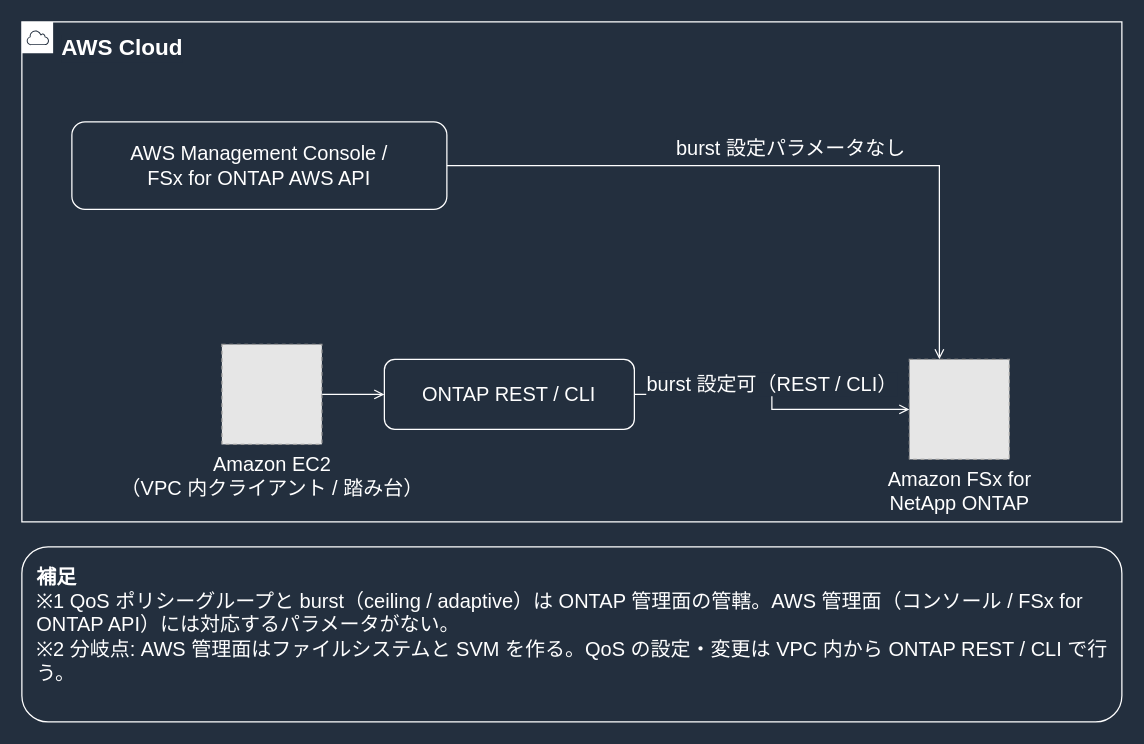
Before: docs/_assets/diagrams/qos-burst-two-plane-dark.drawio in Yoshiki0705/FSx-for-ONTAP-Adoption-Playbook, a draw.io diagram. Source tidied: cells renumbered, new cells numbered last; positions are measured from the earlier drawing's top-left corner, leaving out a move shared by most shapes. Both pictures are drawn from the tidied source at 125%, with x=0, y=0 at pixel (21, 21). Pictures stored in the file or linked from it are replaced by grey dashed boxes.
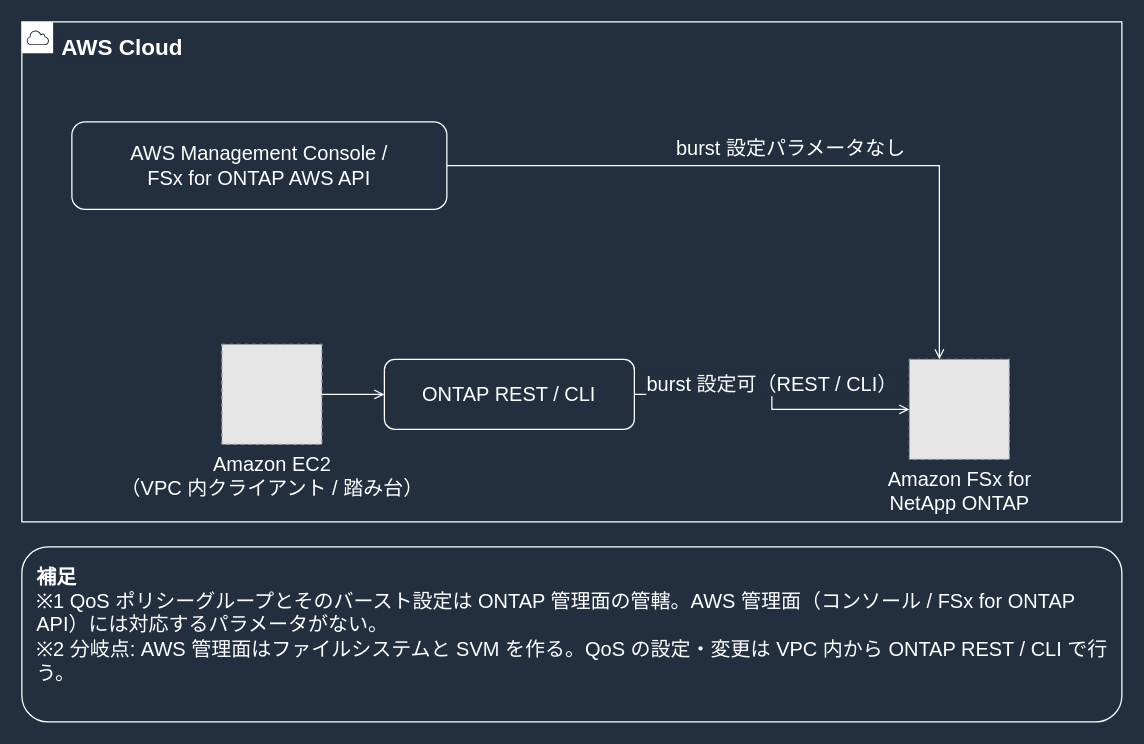
The same diagram, later.

What changed in the source:
```diff
@@
 <mxGraphModel background="#232F3E">
   <root>
     <mxCell id="0" />
     <mxCell id="1" parent="0" />
     <mxCell id="2" value="burst 設定パラメータなし" style="edgeStyle=orthogonalEdgeStyle;rounded=0;html=1;endArrow=open;endFill=0;strokeColor=#FFFFFF;strokeWidth=1;fontSize=16;fontColor=#FFFFFF;labelBackgroundColor=#232F3E;exitX=1.0;exitY=0.5;exitDx=0;exitDy=0;entryX=0.3;entryY=0.0;entryDx=0;entryDy=0;" parent="1" edge="1" source="6" target="9">
       <mxGeometry relative="1" as="geometry">
         <mxPoint y="-14" as="offset" />
       </mxGeometry>
     </mxCell>
     <mxCell id="3" style="edgeStyle=orthogonalEdgeStyle;rounded=0;html=1;endArrow=open;endFill=0;strokeColor=#FFFFFF;strokeWidth=1;fontSize=16;fontColor=#FFFFFF;labelBackgroundColor=#232F3E;exitX=1.0;exitY=0.5;exitDx=0;exitDy=0;entryX=0.0;entryY=0.5;entryDx=0;entryDy=0;" parent="1" edge="1" source="10" target="7">
       <mxGeometry relative="1" as="geometry" />
     </mxCell>
     <mxCell id="4" value="burst 設定可（REST / CLI）" style="edgeStyle=orthogonalEdgeStyle;rounded=0;html=1;endArrow=open;endFill=0;strokeColor=#FFFFFF;strokeWidth=1;fontSize=16;fontColor=#FFFFFF;labelBackgroundColor=#232F3E;exitX=1.0;exitY=0.5;exitDx=0;exitDy=0;entryX=0.0;entryY=0.5;entryDx=0;entryDy=0;" parent="1" edge="1" source="7" target="9">
       <mxGeometry relative="1" as="geometry">
         <mxPoint y="-14" as="offset" />
       </mxGeometry>
     </mxCell>
     <mxCell id="5" value="AWS Cloud" style="gradientColor=none;html=1;whiteSpace=wrap;fontSize=18;fontStyle=1;fontColor=#FFFFFF;shape=mxgraph.aws4.group;grIcon=mxgraph.aws4.group_aws_cloud;strokeColor=#FFFFFF;fillColor=none;verticalAlign=top;align=left;spacingLeft=30;spacingTop=4;dashed=0;labelBackgroundColor=#232F3E;" parent="1" vertex="1">
       <mxGeometry width="880" height="400" as="geometry" />
     </mxCell>
     <mxCell id="6" value="AWS Management Console /&lt;br&gt;FSx for ONTAP AWS API" style="rounded=1;whiteSpace=wrap;html=1;strokeColor=#FFFFFF;fillColor=none;fontColor=#FFFFFF;fontSize=16;verticalAlign=middle;align=center;" parent="1" vertex="1">
       <mxGeometry x="40" y="80" width="300" height="70" as="geometry" />
     </mxCell>
     <mxCell id="7" value="ONTAP REST / CLI" style="rounded=1;whiteSpace=wrap;html=1;strokeColor=#FFFFFF;fillColor=none;fontColor=#FFFFFF;fontSize=16;verticalAlign=middle;align=center;" parent="1" vertex="1">
       <mxGeometry x="290" y="270" width="200" height="56" as="geometry" />
     </mxCell>
-    <mxCell id="8" value="&lt;b&gt;補足&lt;/b&gt;&lt;br&gt;※1 QoS ポリシーグループと burst（ceiling / adaptive）は ONTAP 管理面の管轄。AWS 管理面（コンソール / FSx for ONTAP API）には対応するパラメータがない。&lt;br&gt;※2 分岐点: AWS 管理面はファイルシステムと SVM を作る。QoS の設定・変更は VPC 内から ONTAP REST / CLI で行う。" style="rounded=1;whiteSpace=wrap;html=1;strokeColor=#FFFFFF;fillColor=none;fontColor=#FFFFFF;fontSize=16;verticalAlign=top;align=left;spacingLeft=10;spacingRight=10;spacingTop=8;" parent="1" vertex="1">
+    <mxCell id="8" value="&lt;b&gt;補足&lt;/b&gt;&lt;br&gt;※1 QoS ポリシーグループとそのバースト設定は ONTAP 管理面の管轄。AWS 管理面（コンソール / FSx for ONTAP API）には対応するパラメータがない。&lt;br&gt;※2 分岐点: AWS 管理面はファイルシステムと SVM を作る。QoS の設定・変更は VPC 内から ONTAP REST / CLI で行う。" style="rounded=1;whiteSpace=wrap;html=1;strokeColor=#FFFFFF;fillColor=none;fontColor=#FFFFFF;fontSize=16;verticalAlign=top;align=left;spacingLeft=10;spacingRight=10;spacingTop=8;" parent="1" vertex="1">
       <mxGeometry y="420" width="880" height="140" as="geometry" />
     </mxCell>
     <mxCell id="9" value="Amazon FSx for&lt;br&gt;NetApp ONTAP" style="fillColor=#E6E6E6;strokeColor=#999999;dashed=1;html=1;verticalLabelPosition=bottom;verticalAlign=top;labelPosition=center;align=center;fontSize=16;fontColor=#FFFFFF;" parent="1" vertex="1">
       <mxGeometry x="710" y="270" width="80" height="80" as="geometry" />
     </mxCell>
     <mxCell id="10" value="Amazon EC2&lt;br&gt;（VPC 内クライアント / 踏み台）" style="fillColor=#E6E6E6;strokeColor=#999999;dashed=1;html=1;verticalLabelPosition=bottom;verticalAlign=top;labelPosition=center;align=center;fontSize=16;fontColor=#FFFFFF;" parent="1" vertex="1">
       <mxGeometry x="160" y="258" width="80" height="80" as="geometry" />
     </mxCell>
   </root>
 </mxGraphModel>
```
